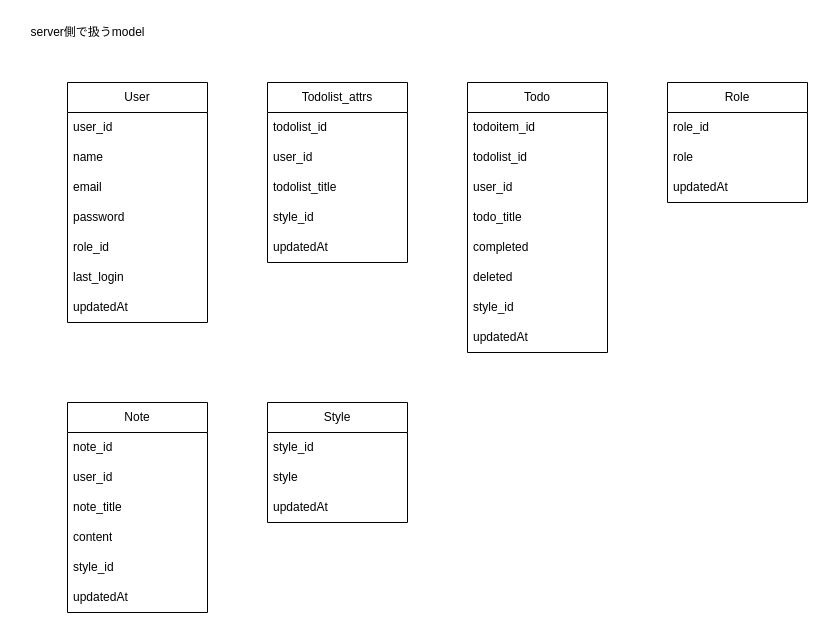
The draw.io diagram model-server.drawio in suda-3156/todolist, before the edit. Source tidied: cells renumbered, new cells numbered last; positions are measured from the earlier drawing's top-left corner, leaving out a move shared by most shapes. Both pictures are drawn from the tidied source at 100%, with x=0, y=0 at pixel (17, 17).
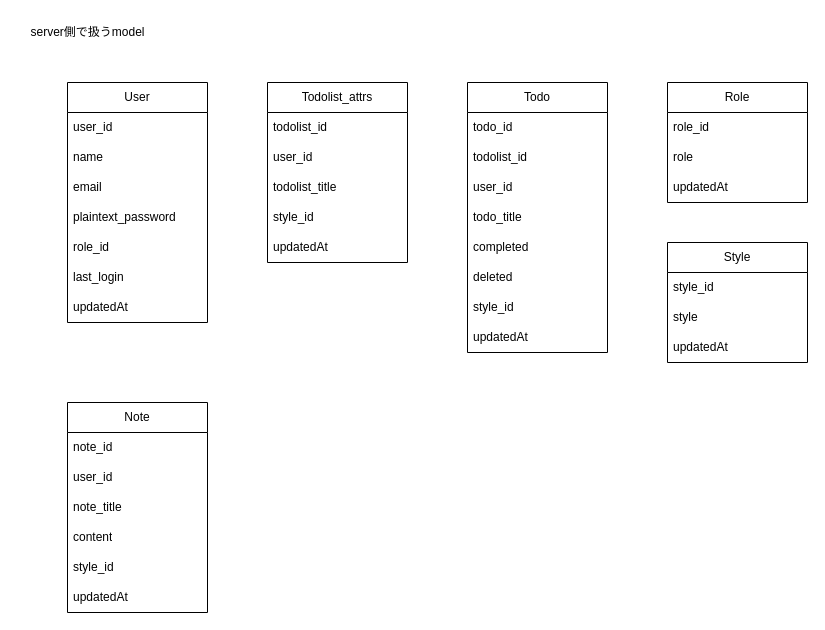
The same page after the edit.

Unchanged cells that the change refers to:
```xml
<mxCell id="2" value="User" style="swimlane;fontStyle=0;horizontal=1;startSize=30;whiteSpace=wrap;html=1;" parent="1" vertex="1">
  <mxGeometry x="50" y="65" width="140" height="240" as="geometry" />
</mxCell>
<mxCell id="10" value="Todo" style="swimlane;fontStyle=0;horizontal=1;startSize=30;whiteSpace=wrap;html=1;" parent="1" vertex="1">
  <mxGeometry x="450" y="65" width="140" height="270" as="geometry" />
</mxCell>
```

Change to the diagram source:
```diff
@@
-    <mxCell id="6" value="password" style="text;strokeColor=none;fillColor=none;align=left;verticalAlign=middle;spacingLeft=4;spacingRight=4;overflow=hidden;whiteSpace=wrap;html=1;" parent="2" vertex="1">
+    <mxCell id="6" value="plaintext_password" style="text;strokeColor=none;fillColor=none;align=left;verticalAlign=middle;spacingLeft=4;spacingRight=4;overflow=hidden;whiteSpace=wrap;html=1;" parent="2" vertex="1">
       <mxGeometry y="120" width="140" height="30" as="geometry" />
     </mxCell>
@@
-    <mxCell id="11" value="todoitem_id" style="text;strokeColor=none;fillColor=none;align=left;verticalAlign=middle;spacingLeft=4;spacingRight=4;overflow=hidden;whiteSpace=wrap;html=1;" parent="10" vertex="1">
+    <mxCell id="11" value="todo_id" style="text;strokeColor=none;fillColor=none;align=left;verticalAlign=middle;spacingLeft=4;spacingRight=4;overflow=hidden;whiteSpace=wrap;html=1;" parent="10" vertex="1">
       <mxGeometry y="30" width="140" height="30" as="geometry" />
     </mxCell>
@@
     <mxCell id="36" value="Style" style="swimlane;fontStyle=0;horizontal=1;startSize=30;whiteSpace=wrap;html=1;" parent="1" vertex="1">
-      <mxGeometry x="250" y="385" width="140" height="120" as="geometry" />
+      <mxGeometry x="650" y="225" width="140" height="120" as="geometry" />
     </mxCell>
```
